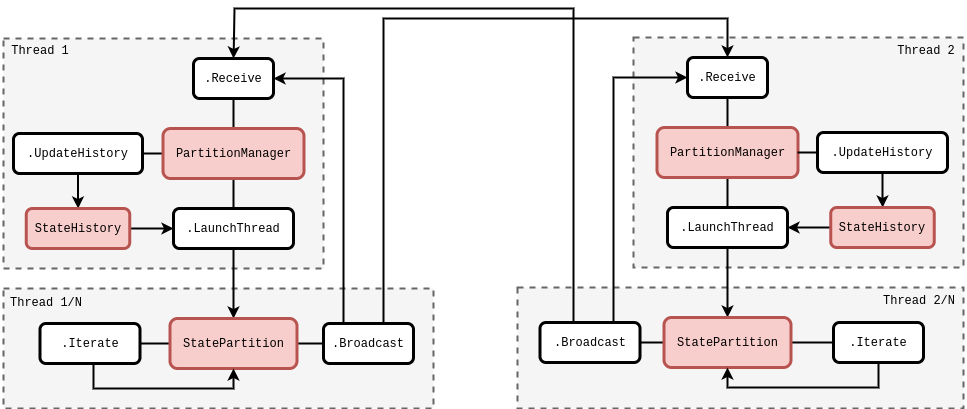
Above: images/stochadex-loop.drawio.png in umbralcalc/worlds-of-observation (draw.io), before the change. Source tidied: cells renumbered, new cells last; positions are measured from the earlier drawing's top-left corner, leaving out a move shared by most shapes.
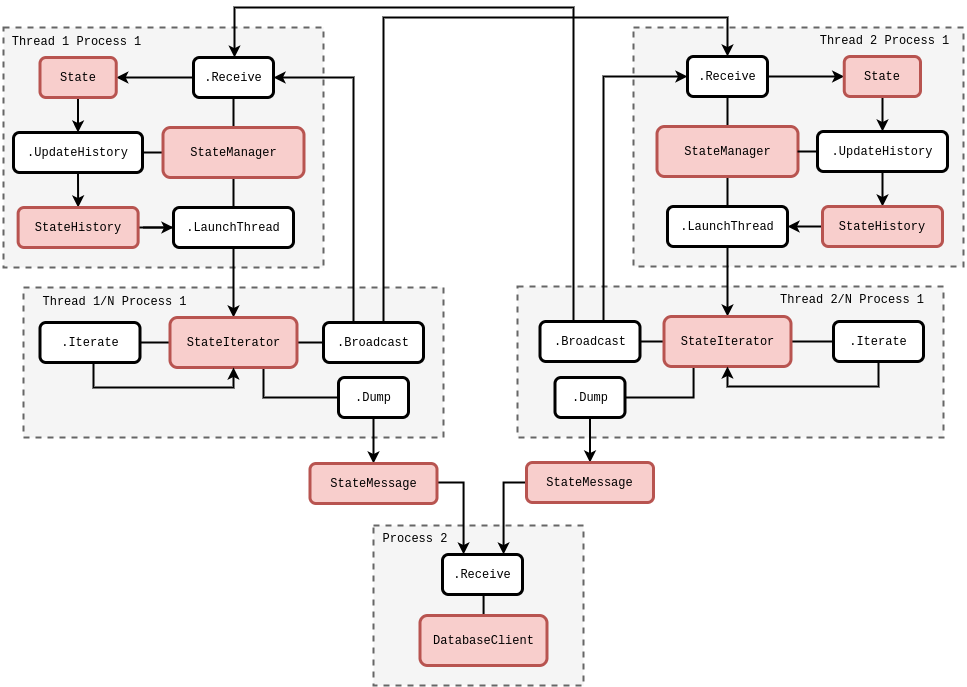
The same diagram one commit later.

Commit message:
added update to architecture diagram

Diff of the diagram source:
```diff
@@ -3,13 +3,13 @@
     <mxCell id="0" />
     <mxCell id="1" parent="0" />
     <mxCell id="2" style="rounded=0;whiteSpace=wrap;html=1;dashed=1;strokeWidth=2;fillColor=#f5f5f5;strokeColor=#666666;fontColor=#333333;" parent="1" vertex="1">
-      <mxGeometry x="633" y="29" width="330" height="230" as="geometry" />
+      <mxGeometry x="633" y="20" width="330" height="239" as="geometry" />
     </mxCell>
     <mxCell id="3" style="rounded=0;whiteSpace=wrap;html=1;dashed=1;strokeWidth=2;fillColor=#f5f5f5;fontColor=#333333;strokeColor=#666666;" parent="1" vertex="1">
-      <mxGeometry x="3" y="280" width="430" height="120" as="geometry" />
+      <mxGeometry x="23" y="280" width="420" height="150" as="geometry" />
     </mxCell>
     <mxCell id="4" style="rounded=0;whiteSpace=wrap;html=1;dashed=1;strokeWidth=2;fillColor=#f5f5f5;strokeColor=#666666;fontColor=#333333;" parent="1" vertex="1">
-      <mxGeometry x="3" y="30" width="320" height="230" as="geometry" />
+      <mxGeometry x="3" y="20" width="320" height="240" as="geometry" />
     </mxCell>
     <mxCell id="5" style="edgeStyle=orthogonalEdgeStyle;rounded=0;jettySize=auto;html=1;strokeWidth=2;endArrow=none;endFill=0;" parent="1" edge="1" source="8" target="10">
       <mxGeometry relative="1" as="geometry" />
@@ -20,7 +20,7 @@
     <mxCell id="7" style="edgeStyle=orthogonalEdgeStyle;rounded=0;jettySize=auto;html=1;entryX=1;entryY=0.5;entryDx=0;entryDy=0;strokeWidth=2;fontFamily=Courier New;endArrow=none;endFill=0;" parent="1" edge="1" source="8" target="40">
       <mxGeometry relative="1" as="geometry" />
     </mxCell>
-    <mxCell id="8" value="&lt;font face=&quot;Courier New&quot;&gt;PartitionManager&lt;/font&gt;" style="rounded=1;whiteSpace=wrap;html=1;fillColor=#f8cecc;strokeColor=#b85450;strokeWidth=3;" parent="1" vertex="1">
+    <mxCell id="8" value="&lt;font face=&quot;Courier New&quot;&gt;StateManager&lt;/font&gt;" style="rounded=1;whiteSpace=wrap;html=1;fillColor=#f8cecc;strokeColor=#b85450;strokeWidth=3;" parent="1" vertex="1">
       <mxGeometry x="162.5" y="120" width="141" height="50" as="geometry" />
     </mxCell>
     <mxCell id="9" style="edgeStyle=orthogonalEdgeStyle;rounded=0;jettySize=auto;html=1;exitX=0.5;exitY=1;exitDx=0;exitDy=0;fontFamily=Courier New;strokeWidth=2;" parent="1" edge="1" source="10" target="14">
@@ -29,6 +29,9 @@
     <mxCell id="10" value="&lt;font style=&quot;&quot; face=&quot;Courier New&quot;&gt;.LaunchThread&lt;/font&gt;" style="rounded=1;whiteSpace=wrap;html=1;strokeWidth=3;" parent="1" vertex="1">
       <mxGeometry x="173" y="200" width="120" height="40" as="geometry" />
     </mxCell>
+    <mxCell id="48" style="edgeStyle=orthogonalEdgeStyle;rounded=0;jettySize=auto;html=1;strokeWidth=2;" parent="1" edge="1" source="11" target="53">
+      <mxGeometry relative="1" as="geometry" />
+    </mxCell>
     <mxCell id="11" value="&lt;font style=&quot;&quot; face=&quot;Courier New&quot;&gt;.Receive&lt;/font&gt;" style="rounded=1;whiteSpace=wrap;html=1;strokeWidth=3;" parent="1" vertex="1">
       <mxGeometry x="193" y="50" width="80" height="40" as="geometry" />
     </mxCell>
@@ -38,7 +41,14 @@
     <mxCell id="13" style="edgeStyle=orthogonalEdgeStyle;rounded=0;jettySize=auto;html=1;strokeWidth=2;fontFamily=Courier New;endArrow=none;endFill=0;" parent="1" edge="1" source="14" target="21">
       <mxGeometry relative="1" as="geometry" />
     </mxCell>
+    <mxCell id="49" style="edgeStyle=orthogonalEdgeStyle;rounded=0;jettySize=auto;html=1;entryX=0;entryY=0.5;entryDx=0;entryDy=0;strokeWidth=2;endArrow=none;endFill=0;" parent="1" edge="1" source="14" target="61">
+      <mxGeometry relative="1" as="geometry">
+        <Array as="points">
+          <mxPoint x="263" y="390" />
+        </Array>
+      </mxGeometry>
+    </mxCell>
-    <mxCell id="14" value="&lt;font face=&quot;Courier New&quot;&gt;StatePartition&lt;/font&gt;" style="rounded=1;whiteSpace=wrap;html=1;fillColor=#f8cecc;strokeColor=#b85450;strokeWidth=3;" parent="1" vertex="1">
+    <mxCell id="14" value="&lt;font face=&quot;Courier New&quot;&gt;StateIterator&lt;/font&gt;" style="rounded=1;whiteSpace=wrap;html=1;fillColor=#f8cecc;strokeColor=#b85450;strokeWidth=3;" parent="1" vertex="1">
       <mxGeometry x="169.5" y="310" width="127" height="50" as="geometry" />
     </mxCell>
     <mxCell id="15" style="edgeStyle=orthogonalEdgeStyle;rounded=0;jettySize=auto;html=1;entryX=0.5;entryY=1;entryDx=0;entryDy=0;strokeWidth=2;fontFamily=Courier New;" parent="1" edge="1" source="16" target="14">
@@ -52,16 +62,16 @@
     <mxCell id="16" value="&lt;font style=&quot;&quot; face=&quot;Courier New&quot;&gt;.Iterate&lt;/font&gt;" style="rounded=1;whiteSpace=wrap;html=1;strokeWidth=3;" parent="1" vertex="1">
       <mxGeometry x="39.5" y="315" width="100" height="40" as="geometry" />
     </mxCell>
-    <mxCell id="17" value="&lt;font face=&quot;Courier New&quot;&gt;Thread 1&lt;/font&gt;" style="text;html=1;strokeColor=none;fillColor=none;align=center;verticalAlign=middle;whiteSpace=wrap;rounded=0;" parent="1" vertex="1">
-      <mxGeometry y="27" width="80" height="30" as="geometry" />
+    <mxCell id="17" value="&lt;font face=&quot;Courier New&quot;&gt;Thread 1 Process 1&lt;/font&gt;" style="text;html=1;strokeColor=none;fillColor=none;align=center;verticalAlign=middle;whiteSpace=wrap;rounded=0;" parent="1" vertex="1">
+      <mxGeometry y="19" width="153" height="30" as="geometry" />
     </mxCell>
-    <mxCell id="18" value="&lt;font face=&quot;Courier New&quot;&gt;Thread 1/N&lt;/font&gt;" style="text;html=1;strokeColor=none;fillColor=none;align=center;verticalAlign=middle;whiteSpace=wrap;rounded=0;" parent="1" vertex="1">
-      <mxGeometry x="6" y="279" width="80" height="30" as="geometry" />
+    <mxCell id="18" value="&lt;font face=&quot;Courier New&quot;&gt;Thread 1/N Process 1&lt;/font&gt;" style="text;html=1;strokeColor=none;fillColor=none;align=center;verticalAlign=middle;whiteSpace=wrap;rounded=0;" parent="1" vertex="1">
+      <mxGeometry x="36" y="279" width="157" height="30" as="geometry" />
     </mxCell>
     <mxCell id="19" style="edgeStyle=orthogonalEdgeStyle;rounded=0;jettySize=auto;html=1;entryX=1;entryY=0.5;entryDx=0;entryDy=0;strokeWidth=2;fontFamily=Courier New;endArrow=classic;endFill=1;" parent="1" edge="1" source="21" target="11">
       <mxGeometry relative="1" as="geometry">
         <Array as="points">
-          <mxPoint x="343" y="70" />
+          <mxPoint x="353" y="70" />
         </Array>
       </mxGeometry>
     </mxCell>
@@ -75,10 +85,10 @@
       </mxGeometry>
     </mxCell>
     <mxCell id="21" value="&lt;font style=&quot;&quot; face=&quot;Courier New&quot;&gt;.Broadcast&lt;/font&gt;" style="rounded=1;whiteSpace=wrap;html=1;strokeWidth=3;" parent="1" vertex="1">
-      <mxGeometry x="323" y="315" width="90" height="40" as="geometry" />
+      <mxGeometry x="323" y="315" width="100" height="40" as="geometry" />
     </mxCell>
     <mxCell id="22" style="rounded=0;whiteSpace=wrap;html=1;dashed=1;strokeWidth=2;fillColor=#f5f5f5;fontColor=#333333;strokeColor=#666666;" parent="1" vertex="1">
-      <mxGeometry x="517" y="279" width="446" height="121" as="geometry" />
+      <mxGeometry x="517" y="279" width="426" height="151" as="geometry" />
     </mxCell>
     <mxCell id="23" style="edgeStyle=orthogonalEdgeStyle;rounded=0;jettySize=auto;html=1;strokeWidth=2;endArrow=none;endFill=0;" parent="1" edge="1" source="25" target="27">
       <mxGeometry relative="1" as="geometry" />
@@ -86,7 +96,7 @@
     <mxCell id="24" style="edgeStyle=orthogonalEdgeStyle;rounded=0;jettySize=auto;html=1;strokeWidth=2;fontFamily=Courier New;endArrow=none;endFill=0;" parent="1" edge="1" source="25" target="28">
       <mxGeometry relative="1" as="geometry" />
     </mxCell>
-    <mxCell id="25" value="&lt;font face=&quot;Courier New&quot;&gt;PartitionManager&lt;/font&gt;" style="rounded=1;whiteSpace=wrap;html=1;fillColor=#f8cecc;strokeColor=#b85450;strokeWidth=3;" parent="1" vertex="1">
+    <mxCell id="25" value="&lt;font face=&quot;Courier New&quot;&gt;StateManager&lt;/font&gt;" style="rounded=1;whiteSpace=wrap;html=1;fillColor=#f8cecc;strokeColor=#b85450;strokeWidth=3;" parent="1" vertex="1">
       <mxGeometry x="656.5" y="119" width="141" height="50" as="geometry" />
     </mxCell>
     <mxCell id="26" style="edgeStyle=orthogonalEdgeStyle;rounded=0;jettySize=auto;html=1;exitX=0.5;exitY=1;exitDx=0;exitDy=0;fontFamily=Courier New;strokeWidth=2;" parent="1" edge="1" source="27" target="31">
@@ -95,6 +105,9 @@
     <mxCell id="27" value="&lt;font style=&quot;&quot; face=&quot;Courier New&quot;&gt;.LaunchThread&lt;/font&gt;" style="rounded=1;whiteSpace=wrap;html=1;strokeWidth=3;" parent="1" vertex="1">
       <mxGeometry x="667" y="199" width="120" height="40" as="geometry" />
     </mxCell>
+    <mxCell id="50" style="edgeStyle=orthogonalEdgeStyle;rounded=0;jettySize=auto;html=1;entryX=0;entryY=0.5;entryDx=0;entryDy=0;strokeWidth=2;" parent="1" edge="1" source="28" target="55">
+      <mxGeometry relative="1" as="geometry" />
+    </mxCell>
     <mxCell id="28" value="&lt;font style=&quot;&quot; face=&quot;Courier New&quot;&gt;.Receive&lt;/font&gt;" style="rounded=1;whiteSpace=wrap;html=1;strokeWidth=3;" parent="1" vertex="1">
       <mxGeometry x="687" y="49" width="80" height="40" as="geometry" />
     </mxCell>
@@ -104,7 +117,14 @@
     <mxCell id="30" style="edgeStyle=orthogonalEdgeStyle;rounded=0;jettySize=auto;html=1;strokeWidth=2;fontFamily=Courier New;endArrow=none;endFill=0;" parent="1" edge="1" source="31" target="38">
       <mxGeometry relative="1" as="geometry" />
     </mxCell>
+    <mxCell id="51" style="edgeStyle=orthogonalEdgeStyle;rounded=0;jettySize=auto;html=1;entryX=1;entryY=0.5;entryDx=0;entryDy=0;strokeWidth=2;endArrow=none;endFill=0;" parent="1" edge="1" source="31" target="65">
+      <mxGeometry relative="1" as="geometry">
+        <Array as="points">
+          <mxPoint x="693" y="390" />
+        </Array>
+      </mxGeometry>
+    </mxCell>
-    <mxCell id="31" value="&lt;font face=&quot;Courier New&quot;&gt;StatePartition&lt;/font&gt;" style="rounded=1;whiteSpace=wrap;html=1;fillColor=#f8cecc;strokeColor=#b85450;strokeWidth=3;" parent="1" vertex="1">
+    <mxCell id="31" value="&lt;font face=&quot;Courier New&quot;&gt;StateIterator&lt;/font&gt;" style="rounded=1;whiteSpace=wrap;html=1;fillColor=#f8cecc;strokeColor=#b85450;strokeWidth=3;" parent="1" vertex="1">
       <mxGeometry x="663.5" y="309" width="127" height="50" as="geometry" />
     </mxCell>
     <mxCell id="32" style="edgeStyle=orthogonalEdgeStyle;rounded=0;jettySize=auto;html=1;strokeWidth=2;fontFamily=Courier New;exitX=0.5;exitY=1;exitDx=0;exitDy=0;entryX=0.5;entryY=1;entryDx=0;entryDy=0;" parent="1" edge="1" source="38" target="31">
@@ -113,8 +133,8 @@
     <mxCell id="33" style="edgeStyle=orthogonalEdgeStyle;rounded=0;jettySize=auto;html=1;exitX=0.5;exitY=0;exitDx=0;exitDy=0;entryX=0;entryY=0.5;entryDx=0;entryDy=0;strokeWidth=2;fontFamily=Courier New;endArrow=classic;endFill=1;" parent="1" edge="1" source="35" target="28">
       <mxGeometry relative="1" as="geometry">
         <Array as="points">
-          <mxPoint x="613" y="314" />
-          <mxPoint x="613" y="69" />
+          <mxPoint x="603" y="314" />
+          <mxPoint x="603" y="69" />
         </Array>
       </mxGeometry>
     </mxCell>
@@ -129,27 +149,26 @@
     <mxCell id="35" value="&lt;font face=&quot;Courier New&quot;&gt;.Broadcast&lt;/font&gt;" style="rounded=1;whiteSpace=wrap;html=1;strokeWidth=3;" parent="1" vertex="1">
       <mxGeometry x="539.5" y="314" width="100" height="40" as="geometry" />
     </mxCell>
-    <mxCell id="36" value="&lt;font face=&quot;Courier New&quot;&gt;Thread 2&lt;/font&gt;" style="text;html=1;strokeColor=none;fillColor=none;align=center;verticalAlign=middle;whiteSpace=wrap;rounded=0;" parent="1" vertex="1">
-      <mxGeometry x="886" y="27" width="80" height="30" as="geometry" />
+    <mxCell id="36" value="&lt;font face=&quot;Courier New&quot;&gt;Thread 2 Process 1&lt;/font&gt;" style="text;html=1;strokeColor=none;fillColor=none;align=center;verticalAlign=middle;whiteSpace=wrap;rounded=0;" parent="1" vertex="1">
+      <mxGeometry x="803" y="18" width="163" height="30" as="geometry" />
     </mxCell>
-    <mxCell id="37" value="&lt;font face=&quot;Courier New&quot;&gt;Thread 2/N&lt;/font&gt;" style="text;html=1;strokeColor=none;fillColor=none;align=center;verticalAlign=middle;whiteSpace=wrap;rounded=0;" parent="1" vertex="1">
-      <mxGeometry x="879" y="277" width="80" height="30" as="geometry" />
+    <mxCell id="37" value="&lt;font face=&quot;Courier New&quot;&gt;Thread 2/N Process 1&lt;/font&gt;" style="text;html=1;strokeColor=none;fillColor=none;align=center;verticalAlign=middle;whiteSpace=wrap;rounded=0;" parent="1" vertex="1">
+      <mxGeometry x="769" y="277" width="166" height="30" as="geometry" />
     </mxCell>
     <mxCell id="38" value="&lt;font style=&quot;&quot; face=&quot;Courier New&quot;&gt;.Iterate&lt;/font&gt;" style="rounded=1;whiteSpace=wrap;html=1;strokeWidth=3;" parent="1" vertex="1">
       <mxGeometry x="833" y="314" width="90" height="40" as="geometry" />
     </mxCell>
-    <mxCell id="39" style="edgeStyle=orthogonalEdgeStyle;rounded=0;jettySize=auto;html=1;strokeWidth=2;fontFamily=Courier New;endArrow=classic;endFill=1;" parent="1" edge="1" source="40" target="42">
+    <mxCell id="39" style="edgeStyle=orthogonalEdgeStyle;rounded=0;jettySize=auto;html=1;strokeWidth=2;fontFamily=Courier New;endArrow=classic;endFill=1;exitX=0.5;exitY=1;exitDx=0;exitDy=0;entryX=0.5;entryY=0;entryDx=0;entryDy=0;" parent="1" edge="1" source="40" target="42">
       <mxGeometry relative="1" as="geometry" />
     </mxCell>
     <mxCell id="40" value="&lt;font style=&quot;&quot; face=&quot;Courier New&quot;&gt;.UpdateHistory&lt;/font&gt;" style="rounded=1;whiteSpace=wrap;html=1;strokeWidth=3;" parent="1" vertex="1">
       <mxGeometry x="13" y="125" width="129" height="40" as="geometry" />
     </mxCell>
-    <mxCell id="41" style="edgeStyle=orthogonalEdgeStyle;rounded=0;jettySize=auto;html=1;entryX=0;entryY=0.5;entryDx=0;entryDy=0;strokeWidth=2;fontFamily=Courier New;endArrow=classic;endFill=1;" parent="1" edge="1" source="42" target="10">
-      <mxGeometry relative="1" as="geometry" />
+    <mxCell id="41" style="edgeStyle=orthogonalEdgeStyle;rounded=0;jettySize=auto;html=1;entryX=0;entryY=0.5;entryDx=0;entryDy=0;strokeWidth=2;fontFamily=Courier New;endArrow=classic;endFill=1;" parent="1" edge="1" target="10">
+      <mxGeometry relative="1" as="geometry">
+        <mxPoint x="143" y="220" as="sourcePoint" />
+      </mxGeometry>
     </mxCell>
-    <mxCell id="42" value="&lt;font face=&quot;Courier New&quot;&gt;StateHistory&lt;/font&gt;" style="rounded=1;whiteSpace=wrap;html=1;fillColor=#f8cecc;strokeColor=#b85450;strokeWidth=3;" parent="1" vertex="1">
-      <mxGeometry x="25.8" y="200" width="103.5" height="40" as="geometry" />
-    </mxCell>
     <mxCell id="43" style="edgeStyle=orthogonalEdgeStyle;rounded=0;jettySize=auto;html=1;strokeWidth=2;fontFamily=Courier New;endArrow=classic;endFill=1;" parent="1" edge="1" source="45" target="47">
       <mxGeometry relative="1" as="geometry" />
     </mxCell>
@@ -163,7 +182,74 @@
       <mxGeometry relative="1" as="geometry" />
     </mxCell>
     <mxCell id="47" value="&lt;font face=&quot;Courier New&quot;&gt;StateHistory&lt;/font&gt;" style="rounded=1;whiteSpace=wrap;html=1;fillColor=#f8cecc;strokeColor=#b85450;strokeWidth=3;" parent="1" vertex="1">
-      <mxGeometry x="830.2" y="199" width="103.5" height="40" as="geometry" />
+      <mxGeometry x="822" y="199" width="120" height="40" as="geometry" />
     </mxCell>
+    <mxCell id="52" style="edgeStyle=orthogonalEdgeStyle;rounded=0;jettySize=auto;html=1;entryX=0.5;entryY=0;entryDx=0;entryDy=0;strokeWidth=2;" parent="1" edge="1" source="53" target="40">
+      <mxGeometry relative="1" as="geometry" />
+    </mxCell>
+    <mxCell id="53" value="&lt;font face=&quot;Courier New&quot;&gt;State&lt;/font&gt;" style="rounded=1;whiteSpace=wrap;html=1;fillColor=#f8cecc;strokeColor=#b85450;strokeWidth=3;" parent="1" vertex="1">
+      <mxGeometry x="39.5" y="50" width="76.2" height="40" as="geometry" />
+    </mxCell>
+    <mxCell id="54" style="edgeStyle=orthogonalEdgeStyle;rounded=0;jettySize=auto;html=1;entryX=0.5;entryY=0;entryDx=0;entryDy=0;strokeWidth=2;" parent="1" edge="1" source="55" target="45">
+      <mxGeometry relative="1" as="geometry" />
+    </mxCell>
+    <mxCell id="55" value="&lt;font face=&quot;Courier New&quot;&gt;State&lt;/font&gt;" style="rounded=1;whiteSpace=wrap;html=1;fillColor=#f8cecc;strokeColor=#b85450;strokeWidth=3;" parent="1" vertex="1">
+      <mxGeometry x="843.8" y="49" width="76.2" height="40" as="geometry" />
+    </mxCell>
+    <mxCell id="56" style="rounded=0;whiteSpace=wrap;html=1;dashed=1;strokeWidth=2;fillColor=#f5f5f5;strokeColor=#666666;fontColor=#333333;" parent="1" vertex="1">
+      <mxGeometry x="373" y="518" width="210" height="160" as="geometry" />
+    </mxCell>
+    <mxCell id="57" value="&lt;font face=&quot;Courier New&quot;&gt;Process 2&lt;/font&gt;" style="text;html=1;strokeColor=none;fillColor=none;align=center;verticalAlign=middle;whiteSpace=wrap;rounded=0;" parent="1" vertex="1">
+      <mxGeometry x="370" y="516" width="90" height="30" as="geometry" />
+    </mxCell>
+    <mxCell id="58" style="edgeStyle=orthogonalEdgeStyle;rounded=0;jettySize=auto;html=1;strokeWidth=2;endArrow=none;endFill=0;" parent="1" edge="1" source="59" target="68">
+      <mxGeometry relative="1" as="geometry" />
+    </mxCell>
+    <mxCell id="59" value="&lt;font face=&quot;Courier New&quot;&gt;DatabaseClient&lt;/font&gt;" style="rounded=1;whiteSpace=wrap;html=1;fillColor=#f8cecc;strokeColor=#b85450;strokeWidth=3;" parent="1" vertex="1">
+      <mxGeometry x="419.5" y="608" width="127" height="50" as="geometry" />
+    </mxCell>
+    <mxCell id="60" style="edgeStyle=orthogonalEdgeStyle;rounded=0;jettySize=auto;html=1;strokeWidth=2;endArrow=classic;endFill=1;" parent="1" edge="1" source="61" target="63">
+      <mxGeometry relative="1" as="geometry" />
+    </mxCell>
+    <mxCell id="61" value="&lt;font style=&quot;&quot; face=&quot;Courier New&quot;&gt;.Dump&lt;/font&gt;" style="rounded=1;whiteSpace=wrap;html=1;strokeWidth=3;" parent="1" vertex="1">
+      <mxGeometry x="338" y="370" width="70" height="40" as="geometry" />
+    </mxCell>
+    <mxCell id="62" style="edgeStyle=orthogonalEdgeStyle;rounded=0;jettySize=auto;html=1;strokeWidth=2;endArrow=classic;endFill=1;entryX=0.25;entryY=0;entryDx=0;entryDy=0;" parent="1" edge="1" source="63" target="68">
+      <mxGeometry relative="1" as="geometry">
+        <Array as="points">
+          <mxPoint x="463" y="475" />
+          <mxPoint x="463" y="547" />
+        </Array>
+      </mxGeometry>
+    </mxCell>
+    <mxCell id="63" value="&lt;font face=&quot;Courier New&quot;&gt;StateMessage&lt;/font&gt;" style="rounded=1;whiteSpace=wrap;html=1;fillColor=#f8cecc;strokeColor=#b85450;strokeWidth=3;" parent="1" vertex="1">
+      <mxGeometry x="309.5" y="456" width="127" height="40" as="geometry" />
+    </mxCell>
+    <mxCell id="64" style="edgeStyle=orthogonalEdgeStyle;rounded=0;jettySize=auto;html=1;strokeWidth=2;endArrow=classic;endFill=1;" parent="1" edge="1" source="65" target="67">
+      <mxGeometry relative="1" as="geometry" />
+    </mxCell>
+    <mxCell id="65" value="&lt;font style=&quot;&quot; face=&quot;Courier New&quot;&gt;.Dump&lt;/font&gt;" style="rounded=1;whiteSpace=wrap;html=1;strokeWidth=3;" parent="1" vertex="1">
+      <mxGeometry x="554.5" y="370" width="70" height="40" as="geometry" />
+    </mxCell>
+    <mxCell id="66" style="edgeStyle=orthogonalEdgeStyle;rounded=0;jettySize=auto;html=1;exitX=0;exitY=0.5;exitDx=0;exitDy=0;strokeWidth=2;endArrow=classic;endFill=1;entryX=0.75;entryY=0;entryDx=0;entryDy=0;" parent="1" edge="1" source="67" target="68">
+      <mxGeometry relative="1" as="geometry">
+        <Array as="points">
+          <mxPoint x="503" y="475" />
+          <mxPoint x="503" y="547" />
+        </Array>
+      </mxGeometry>
+    </mxCell>
+    <mxCell id="67" value="&lt;font face=&quot;Courier New&quot;&gt;StateMessage&lt;/font&gt;" style="rounded=1;whiteSpace=wrap;html=1;fillColor=#f8cecc;strokeColor=#b85450;strokeWidth=3;" parent="1" vertex="1">
+      <mxGeometry x="526" y="455" width="127" height="40" as="geometry" />
+    </mxCell>
+    <mxCell id="68" value="&lt;font style=&quot;&quot; face=&quot;Courier New&quot;&gt;.Receive&lt;/font&gt;" style="rounded=1;whiteSpace=wrap;html=1;strokeWidth=3;" parent="1" vertex="1">
+      <mxGeometry x="442" y="547" width="80" height="40" as="geometry" />
+    </mxCell>
+    <mxCell id="69" style="edgeStyle=orthogonalEdgeStyle;rounded=0;jettySize=auto;html=1;strokeWidth=2;endArrow=none;endFill=0;" parent="1" edge="1" source="42" target="10">
+      <mxGeometry relative="1" as="geometry" />
+    </mxCell>
+    <mxCell id="42" value="&lt;font face=&quot;Courier New&quot;&gt;StateHistory&lt;/font&gt;" style="rounded=1;whiteSpace=wrap;html=1;fillColor=#f8cecc;strokeColor=#b85450;strokeWidth=3;" parent="1" vertex="1">
+      <mxGeometry x="17.6" y="200" width="120" height="40" as="geometry" />
+    </mxCell>
   </root>
 </mxGraphModel>
```
